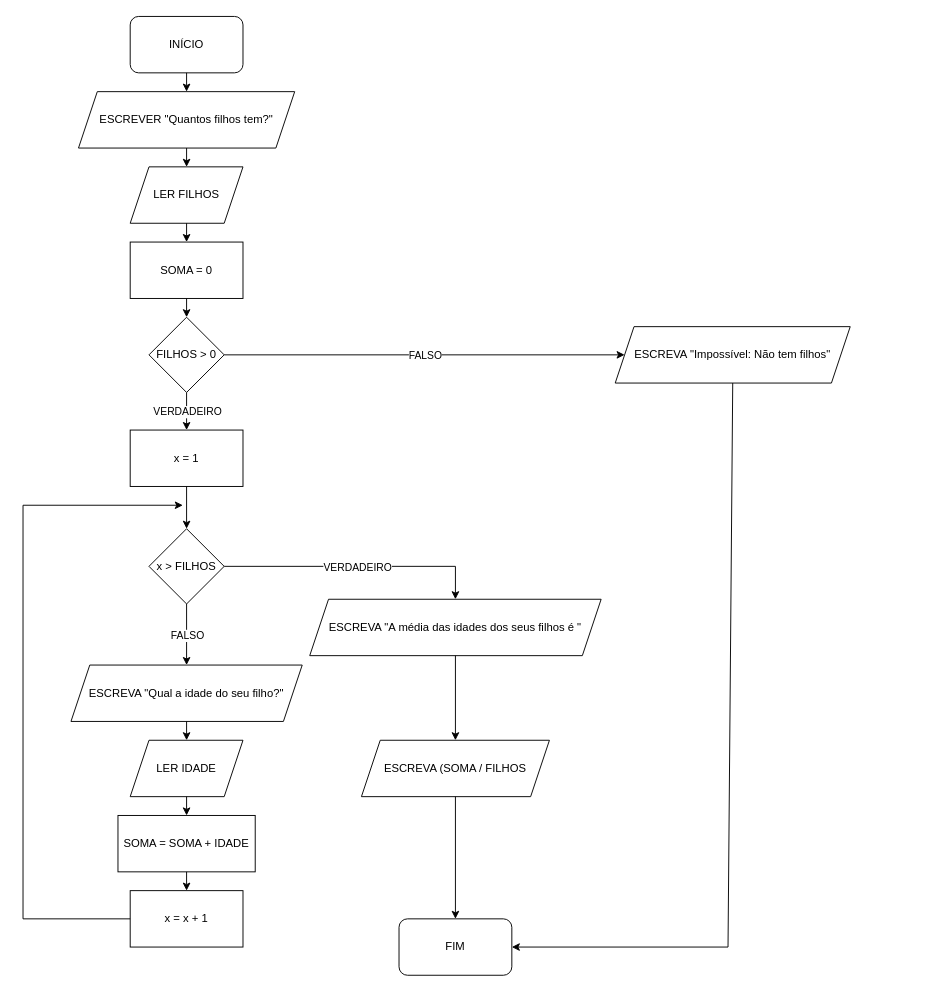
This is 1P-PROG-UFCD-0804-TRABALHOFINAL-14488.drawio from VascoMatos/fluxogramas, a draw.io file, before an edit. Source tidied: cells renumbered, new cells numbered last; positions are measured from the earlier drawing's top-left corner, leaving out a move shared by most shapes. Both pictures are drawn from the tidied source at 94%, with x=0, y=0 at pixel (23, 16).
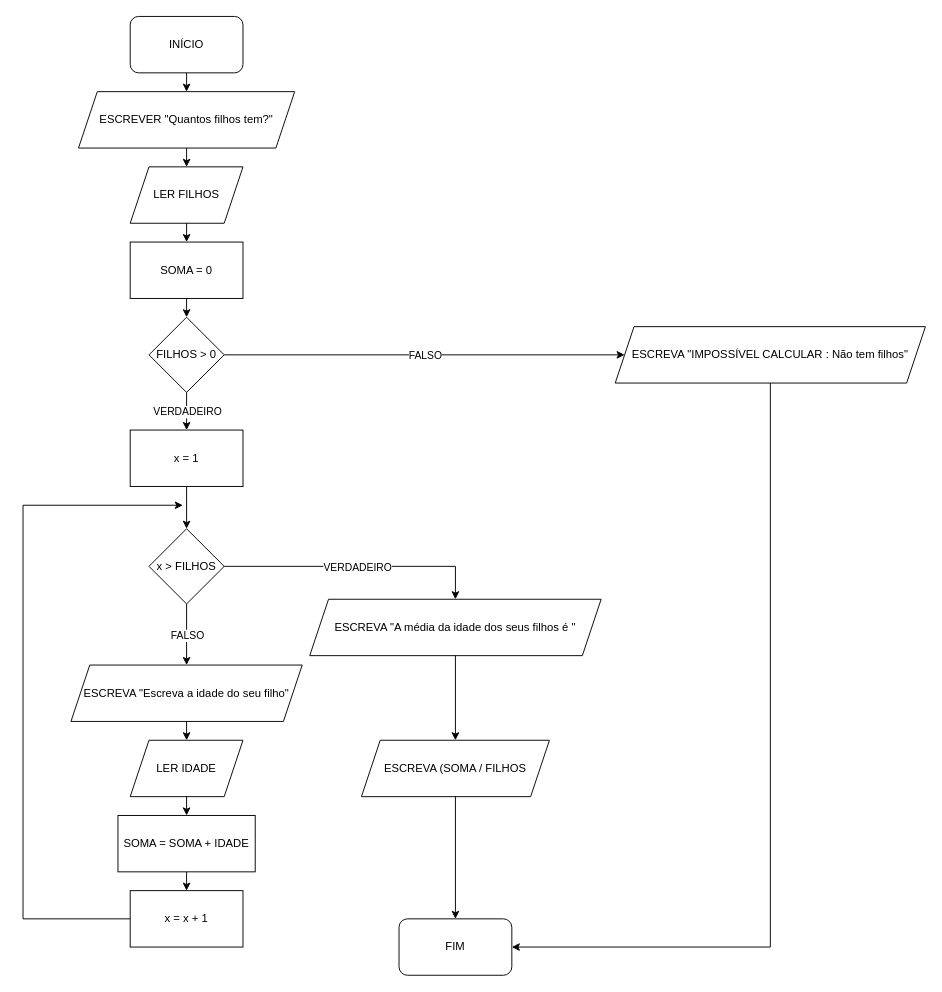
Above is the later version.

Unchanged cells that the change refers to:
```xml
<mxCell id="3" value="FIM" style="rounded=1;whiteSpace=wrap;html=1;" parent="1" vertex="1">
  <mxGeometry x="400" y="960" width="120" height="60" as="geometry" />
</mxCell>
```

Change to the diagram source:
```diff
@@
-    <mxCell id="16" value="ESCREVA &quot;Qual a idade do seu filho?&quot;" style="shape=parallelogram;perimeter=parallelogramPerimeter;whiteSpace=wrap;html=1;fixedSize=1;" parent="1" vertex="1">
+    <mxCell id="16" value="ESCREVA &quot;Escreva a idade do seu filho&quot;" style="shape=parallelogram;perimeter=parallelogramPerimeter;whiteSpace=wrap;html=1;fixedSize=1;" parent="1" vertex="1">
       <mxGeometry x="51" y="690" width="246" height="60" as="geometry" />
     </mxCell>
@@
-    <mxCell id="31" value="ESCREVA &quot;A média das idades dos seus filhos é &quot;" style="shape=parallelogram;perimeter=parallelogramPerimeter;whiteSpace=wrap;html=1;fixedSize=1;" parent="1" vertex="1">
+    <mxCell id="31" value="ESCREVA &quot;A média da idade dos seus filhos é &quot;" style="shape=parallelogram;perimeter=parallelogramPerimeter;whiteSpace=wrap;html=1;fixedSize=1;" parent="1" vertex="1">
       <mxGeometry x="305" y="620" width="310" height="60" as="geometry" />
     </mxCell>
@@
-    <mxCell id="35" value="ESCREVA &quot;Impossível: Não tem filhos&quot;" style="shape=parallelogram;perimeter=parallelogramPerimeter;whiteSpace=wrap;html=1;fixedSize=1;" parent="1" vertex="1">
-      <mxGeometry x="630" y="330" width="250" height="60" as="geometry" />
+    <mxCell id="35" value="ESCREVA &quot;IMPOSSÍVEL CALCULAR : Não tem filhos&quot;" style="shape=parallelogram;perimeter=parallelogramPerimeter;whiteSpace=wrap;html=1;fixedSize=1;" parent="1" vertex="1">
+      <mxGeometry x="630" y="330" width="330" height="60" as="geometry" />
     </mxCell>
     <mxCell id="36" style="endArrow=classic;html=1;rounded=0;exitX=0.5;exitY=1;exitDx=0;exitDy=0;entryX=1;entryY=0.5;entryDx=0;entryDy=0;" parent="1" edge="1" source="35" target="3">
       <mxGeometry relative="1" as="geometry">
         <Array as="points">
-          <mxPoint x="750" y="990" />
+          <mxPoint x="795" y="990" />
         </Array>
       </mxGeometry>
     </mxCell>
```
